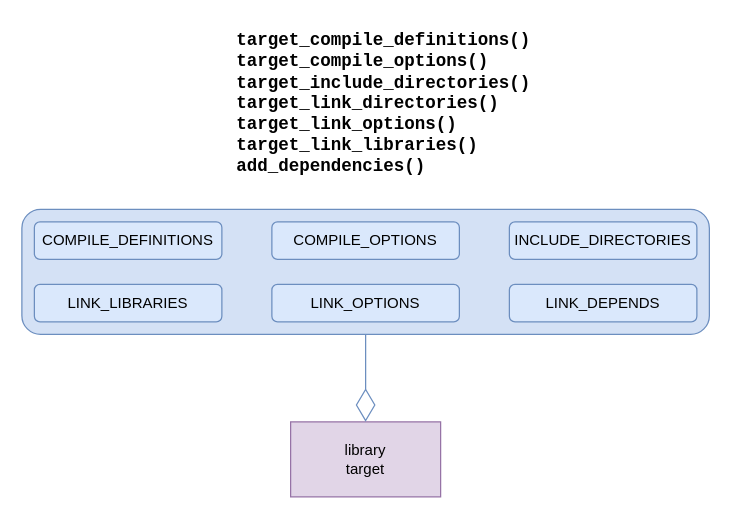
Before: page "Target Properties" (3 of 5) of resources/CMake.drawio in AFontaine79/cmake-primer, a draw.io diagram. Source tidied: cells renumbered, new cells numbered last; positions are measured from the earlier drawing's top-left corner, leaving out a move shared by most shapes. Both pictures are drawn from the tidied source at 125%, with x=0, y=0 at pixel (21, 21).
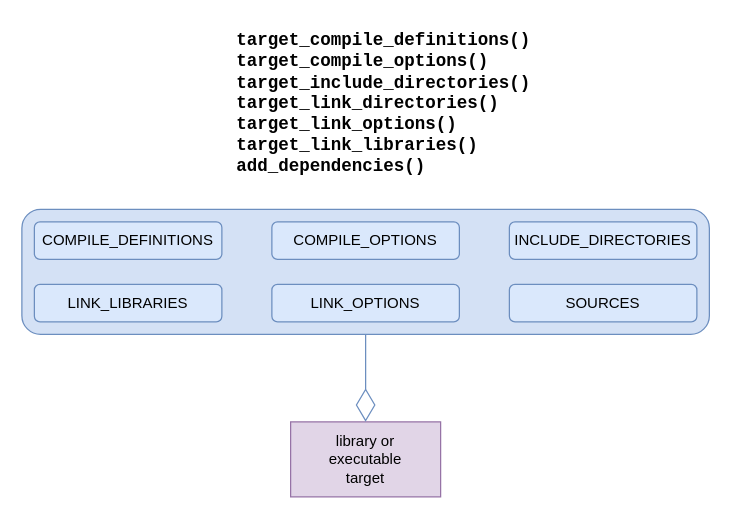
The same page after the edit.

The edit, as a diff of the source:
```diff
@@
 <mxGraphModel>
   <root>
     <mxCell id="0" />
     <mxCell id="1" parent="0" />
     <mxCell id="2" style="rounded=1;whiteSpace=wrap;html=1;fontFamily=Courier New;fontSize=14;strokeWidth=1;fillColor=#D4E1F5;strokeColor=#6c8ebf;" parent="1" vertex="1">
       <mxGeometry y="150" width="550" height="100" as="geometry" />
     </mxCell>
-    <mxCell id="3" value="&lt;div&gt;library&lt;/div&gt;&lt;div&gt;target&lt;br&gt;&lt;/div&gt;" style="rounded=0;whiteSpace=wrap;html=1;fillColor=#e1d5e7;strokeColor=#9673a6;" parent="1" vertex="1">
+    <mxCell id="3" value="&lt;div&gt;library or&lt;/div&gt;&lt;div&gt;executable&lt;br&gt;&lt;/div&gt;&lt;div&gt;target&lt;br&gt;&lt;/div&gt;" style="rounded=0;whiteSpace=wrap;html=1;fillColor=#e1d5e7;strokeColor=#9673a6;" parent="1" vertex="1">
       <mxGeometry x="215" y="320" width="120" height="60" as="geometry" />
     </mxCell>
     <mxCell id="4" value="COMPILE_DEFINITIONS" style="rounded=1;whiteSpace=wrap;html=1;fillColor=#dae8fc;strokeColor=#6c8ebf;" parent="1" vertex="1">
       <mxGeometry x="10" y="160" width="150" height="30" as="geometry" />
     </mxCell>
     <mxCell id="5" value="COMPILE_OPTIONS" style="rounded=1;whiteSpace=wrap;html=1;fillColor=#dae8fc;strokeColor=#6c8ebf;" parent="1" vertex="1">
       <mxGeometry x="200" y="160" width="150" height="30" as="geometry" />
     </mxCell>
     <mxCell id="6" value="INCLUDE_DIRECTORIES" style="rounded=1;whiteSpace=wrap;html=1;fillColor=#dae8fc;strokeColor=#6c8ebf;" parent="1" vertex="1">
       <mxGeometry x="390" y="160" width="150" height="30" as="geometry" />
     </mxCell>
     <mxCell id="7" value="&lt;div&gt;LINK_LIBRARIES&lt;/div&gt;" style="rounded=1;whiteSpace=wrap;html=1;fillColor=#dae8fc;strokeColor=#6c8ebf;" parent="1" vertex="1">
       <mxGeometry x="10" y="210" width="150" height="30" as="geometry" />
     </mxCell>
     <mxCell id="8" value="LINK_OPTIONS" style="rounded=1;whiteSpace=wrap;html=1;fillColor=#dae8fc;strokeColor=#6c8ebf;" parent="1" vertex="1">
       <mxGeometry x="200" y="210" width="150" height="30" as="geometry" />
     </mxCell>
-    <mxCell id="9" value="LINK_DEPENDS" style="rounded=1;whiteSpace=wrap;html=1;fillColor=#dae8fc;strokeColor=#6c8ebf;" parent="1" vertex="1">
+    <mxCell id="9" value="SOURCES" style="rounded=1;whiteSpace=wrap;html=1;fillColor=#dae8fc;strokeColor=#6c8ebf;" parent="1" vertex="1">
       <mxGeometry x="390" y="210" width="150" height="30" as="geometry" />
     </mxCell>
     <mxCell id="10" value="&lt;div&gt;target_compile_definitions()&lt;/div&gt;&lt;div&gt;target_compile_options()&lt;/div&gt;&lt;div&gt;target_include_directories()&lt;/div&gt;&lt;div&gt;target_link_directories()&lt;/div&gt;&lt;div&gt;target_link_options()&lt;/div&gt;&lt;div&gt;target_link_libraries()&lt;/div&gt;&lt;div&gt;add_dependencies()&lt;br&gt;&lt;/div&gt;" style="text;html=1;strokeColor=none;fillColor=none;align=left;verticalAlign=top;whiteSpace=wrap;rounded=0;fontFamily=Courier New;fontSize=14;fontColor=#000000;fontStyle=1;" parent="1" vertex="1">
       <mxGeometry x="170" width="260" height="130" as="geometry" />
     </mxCell>
     <mxCell id="11" style="endArrow=diamondThin;endFill=0;endSize=24;html=1;rounded=0;fontFamily=Courier New;fontSize=14;fontColor=#000000;strokeColor=#6c8ebf;strokeWidth=1;entryX=0.5;entryY=0;entryDx=0;entryDy=0;exitX=0.5;exitY=1;exitDx=0;exitDy=0;fillColor=#dae8fc;" parent="1" edge="1" source="2" target="3">
       <mxGeometry relative="1" as="geometry" />
     </mxCell>
   </root>
 </mxGraphModel>
```
